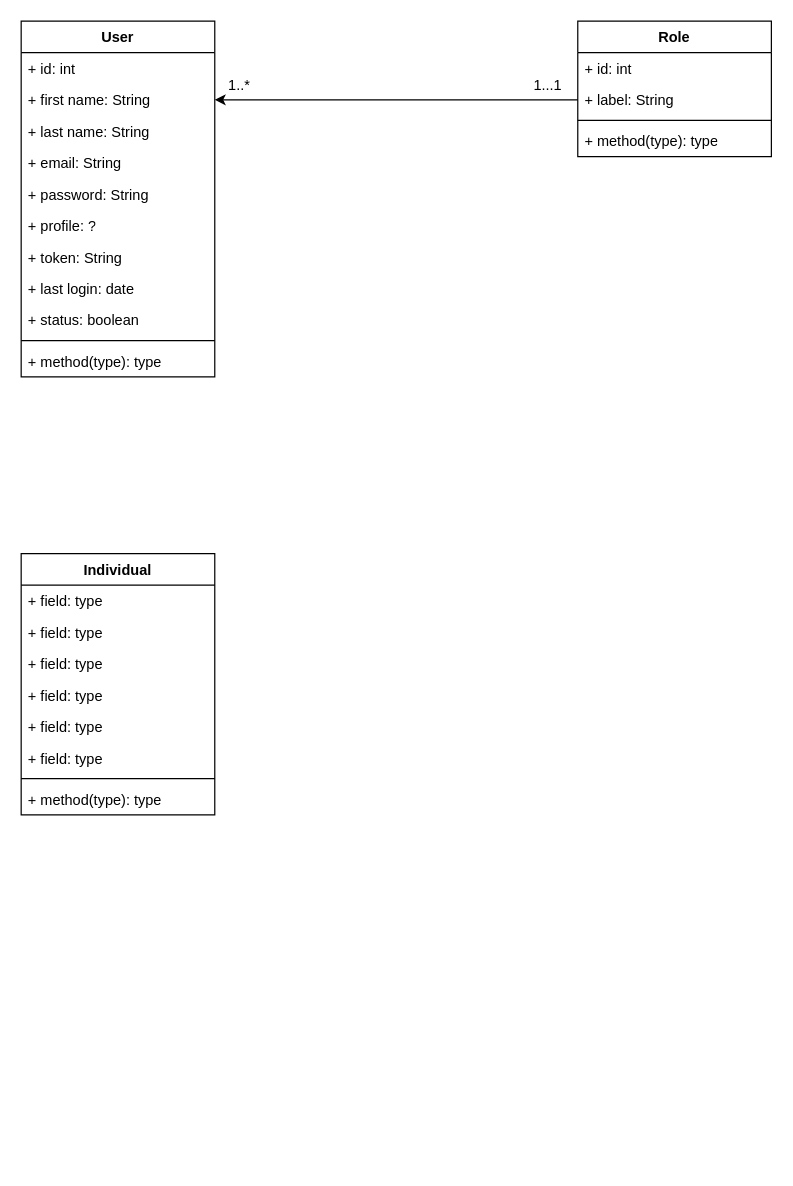
Before: NSKT.drawio in LeloKarma/website, a draw.io diagram. Source tidied: cells renumbered, new cells numbered last; positions are measured from the earlier drawing's top-left corner, leaving out a move shared by most shapes. Both pictures are drawn from the tidied source at 121%, with x=0, y=0 at pixel (21, 21).
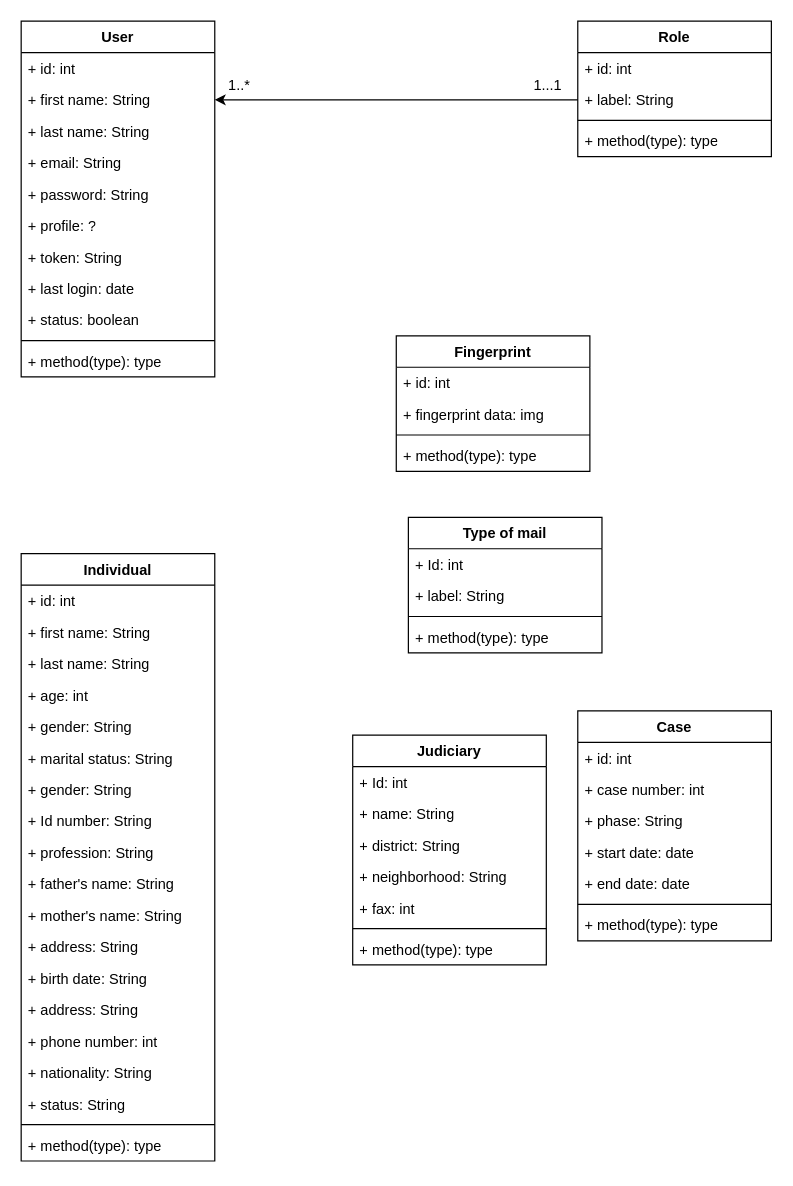
Above is the later version.

What changed in the source:
```diff
@@
     <mxCell id="19" value="Individual&lt;div&gt;&lt;br&gt;&lt;/div&gt;" style="swimlane;fontStyle=1;align=center;verticalAlign=top;horizontal=1;startSize=26;whiteSpace=wrap;html=1;" parent="1" vertex="1">
-      <mxGeometry y="440" width="160" height="216" as="geometry" />
+      <mxGeometry y="440" width="160" height="502" as="geometry" />
     </mxCell>
-    <mxCell id="20" value="+ field: type" style="text;strokeColor=none;fillColor=none;align=left;verticalAlign=top;spacingLeft=4;spacingRight=4;overflow=hidden;whiteSpace=wrap;html=1;" parent="19" vertex="1">
+    <mxCell id="20" value="+ id: int" style="text;strokeColor=none;fillColor=none;align=left;verticalAlign=top;spacingLeft=4;spacingRight=4;overflow=hidden;whiteSpace=wrap;html=1;" parent="19" vertex="1">
       <mxGeometry y="26" width="160" height="26" as="geometry" />
     </mxCell>
-    <mxCell id="21" value="+ field: type" style="text;strokeColor=none;fillColor=none;align=left;verticalAlign=top;spacingLeft=4;spacingRight=4;overflow=hidden;whiteSpace=wrap;html=1;" parent="19" vertex="1">
+    <mxCell id="21" value="+ first name: String" style="text;strokeColor=none;fillColor=none;align=left;verticalAlign=top;spacingLeft=4;spacingRight=4;overflow=hidden;whiteSpace=wrap;html=1;" parent="19" vertex="1">
       <mxGeometry y="52" width="160" height="26" as="geometry" />
     </mxCell>
-    <mxCell id="22" value="+ field: type" style="text;strokeColor=none;fillColor=none;align=left;verticalAlign=top;spacingLeft=4;spacingRight=4;overflow=hidden;whiteSpace=wrap;html=1;" parent="19" vertex="1">
+    <mxCell id="22" value="+ last name: String" style="text;strokeColor=none;fillColor=none;align=left;verticalAlign=top;spacingLeft=4;spacingRight=4;overflow=hidden;whiteSpace=wrap;html=1;" parent="19" vertex="1">
       <mxGeometry y="78" width="160" height="26" as="geometry" />
     </mxCell>
-    <mxCell id="23" value="+ field: type" style="text;strokeColor=none;fillColor=none;align=left;verticalAlign=top;spacingLeft=4;spacingRight=4;overflow=hidden;whiteSpace=wrap;html=1;" parent="19" vertex="1">
+    <mxCell id="23" value="+ age: int" style="text;strokeColor=none;fillColor=none;align=left;verticalAlign=top;spacingLeft=4;spacingRight=4;overflow=hidden;whiteSpace=wrap;html=1;" parent="19" vertex="1">
       <mxGeometry y="104" width="160" height="26" as="geometry" />
     </mxCell>
-    <mxCell id="24" value="+ field: type" style="text;strokeColor=none;fillColor=none;align=left;verticalAlign=top;spacingLeft=4;spacingRight=4;overflow=hidden;whiteSpace=wrap;html=1;" parent="19" vertex="1">
+    <mxCell id="24" value="+ gender: String" style="text;strokeColor=none;fillColor=none;align=left;verticalAlign=top;spacingLeft=4;spacingRight=4;overflow=hidden;whiteSpace=wrap;html=1;" parent="19" vertex="1">
       <mxGeometry y="130" width="160" height="26" as="geometry" />
     </mxCell>
-    <mxCell id="25" value="+ field: type" style="text;strokeColor=none;fillColor=none;align=left;verticalAlign=top;spacingLeft=4;spacingRight=4;overflow=hidden;whiteSpace=wrap;html=1;" parent="19" vertex="1">
+    <mxCell id="25" value="+ marital status: String" style="text;strokeColor=none;fillColor=none;align=left;verticalAlign=top;spacingLeft=4;spacingRight=4;overflow=hidden;whiteSpace=wrap;html=1;" parent="19" vertex="1">
       <mxGeometry y="156" width="160" height="26" as="geometry" />
     </mxCell>
+    <mxCell id="31" value="+ gender: String" style="text;strokeColor=none;fillColor=none;align=left;verticalAlign=top;spacingLeft=4;spacingRight=4;overflow=hidden;whiteSpace=wrap;html=1;" parent="19" vertex="1">
+      <mxGeometry y="182" width="160" height="26" as="geometry" />
+    </mxCell>
+    <mxCell id="32" value="+ Id number: String" style="text;strokeColor=none;fillColor=none;align=left;verticalAlign=top;spacingLeft=4;spacingRight=4;overflow=hidden;whiteSpace=wrap;html=1;" parent="19" vertex="1">
+      <mxGeometry y="208" width="160" height="26" as="geometry" />
+    </mxCell>
+    <mxCell id="33" value="+ profession: String" style="text;strokeColor=none;fillColor=none;align=left;verticalAlign=top;spacingLeft=4;spacingRight=4;overflow=hidden;whiteSpace=wrap;html=1;" parent="19" vertex="1">
+      <mxGeometry y="234" width="160" height="26" as="geometry" />
+    </mxCell>
+    <mxCell id="34" value="+ father's name: String" style="text;strokeColor=none;fillColor=none;align=left;verticalAlign=top;spacingLeft=4;spacingRight=4;overflow=hidden;whiteSpace=wrap;html=1;" parent="19" vertex="1">
+      <mxGeometry y="260" width="160" height="26" as="geometry" />
+    </mxCell>
+    <mxCell id="35" value="+ mother's name: String" style="text;strokeColor=none;fillColor=none;align=left;verticalAlign=top;spacingLeft=4;spacingRight=4;overflow=hidden;whiteSpace=wrap;html=1;" parent="19" vertex="1">
+      <mxGeometry y="286" width="160" height="26" as="geometry" />
+    </mxCell>
+    <mxCell id="36" value="+ address: String" style="text;strokeColor=none;fillColor=none;align=left;verticalAlign=top;spacingLeft=4;spacingRight=4;overflow=hidden;whiteSpace=wrap;html=1;" parent="19" vertex="1">
+      <mxGeometry y="312" width="160" height="26" as="geometry" />
+    </mxCell>
+    <mxCell id="37" value="+ birth date: String" style="text;strokeColor=none;fillColor=none;align=left;verticalAlign=top;spacingLeft=4;spacingRight=4;overflow=hidden;whiteSpace=wrap;html=1;" parent="19" vertex="1">
+      <mxGeometry y="338" width="160" height="26" as="geometry" />
+    </mxCell>
+    <mxCell id="38" value="+ address: String" style="text;strokeColor=none;fillColor=none;align=left;verticalAlign=top;spacingLeft=4;spacingRight=4;overflow=hidden;whiteSpace=wrap;html=1;" parent="19" vertex="1">
+      <mxGeometry y="364" width="160" height="26" as="geometry" />
+    </mxCell>
+    <mxCell id="39" value="+ phone number: int" style="text;strokeColor=none;fillColor=none;align=left;verticalAlign=top;spacingLeft=4;spacingRight=4;overflow=hidden;whiteSpace=wrap;html=1;" parent="19" vertex="1">
+      <mxGeometry y="390" width="160" height="26" as="geometry" />
+    </mxCell>
+    <mxCell id="40" value="+ nationality: String" style="text;strokeColor=none;fillColor=none;align=left;verticalAlign=top;spacingLeft=4;spacingRight=4;overflow=hidden;whiteSpace=wrap;html=1;" parent="19" vertex="1">
+      <mxGeometry y="416" width="160" height="26" as="geometry" />
+    </mxCell>
+    <mxCell id="41" value="+ status: String" style="text;strokeColor=none;fillColor=none;align=left;verticalAlign=top;spacingLeft=4;spacingRight=4;overflow=hidden;whiteSpace=wrap;html=1;" parent="19" vertex="1">
+      <mxGeometry y="442" width="160" height="26" as="geometry" />
+    </mxCell>
     <mxCell id="26" style="line;strokeWidth=1;fillColor=none;align=left;verticalAlign=middle;spacingTop=-1;spacingLeft=3;spacingRight=3;labelPosition=right;strokeColor=inherit;" parent="19" vertex="1">
-      <mxGeometry y="182" width="160" height="8" as="geometry" />
+      <mxGeometry y="468" width="160" height="8" as="geometry" />
     </mxCell>
     <mxCell id="27" value="+ method(type): type" style="text;strokeColor=none;fillColor=none;align=left;verticalAlign=top;spacingLeft=4;spacingRight=4;overflow=hidden;whiteSpace=wrap;html=1;" parent="19" vertex="1">
-      <mxGeometry y="190" width="160" height="26" as="geometry" />
+      <mxGeometry y="476" width="160" height="26" as="geometry" />
     </mxCell>
@@
+    <mxCell id="42" value="Fingerprint" style="swimlane;fontStyle=1;align=center;verticalAlign=top;horizontal=1;startSize=26;whiteSpace=wrap;html=1;" parent="1" vertex="1">
+      <mxGeometry x="310" y="260" width="160" height="112" as="geometry" />
+    </mxCell>
+    <mxCell id="43" value="+ id: int" style="text;strokeColor=none;fillColor=none;align=left;verticalAlign=top;spacingLeft=4;spacingRight=4;overflow=hidden;whiteSpace=wrap;html=1;" parent="42" vertex="1">
+      <mxGeometry y="26" width="160" height="26" as="geometry" />
+    </mxCell>
+    <mxCell id="44" value="+ fingerprint data: img&amp;nbsp;" style="text;strokeColor=none;fillColor=none;align=left;verticalAlign=top;spacingLeft=4;spacingRight=4;overflow=hidden;whiteSpace=wrap;html=1;" parent="42" vertex="1">
+      <mxGeometry y="52" width="160" height="26" as="geometry" />
+    </mxCell>
+    <mxCell id="45" style="line;strokeWidth=1;fillColor=none;align=left;verticalAlign=middle;spacingTop=-1;spacingLeft=3;spacingRight=3;labelPosition=right;strokeColor=inherit;" parent="42" vertex="1">
+      <mxGeometry y="78" width="160" height="8" as="geometry" />
+    </mxCell>
+    <mxCell id="46" value="+ method(type): type" style="text;strokeColor=none;fillColor=none;align=left;verticalAlign=top;spacingLeft=4;spacingRight=4;overflow=hidden;whiteSpace=wrap;html=1;" parent="42" vertex="1">
+      <mxGeometry y="86" width="160" height="26" as="geometry" />
+    </mxCell>
+    <mxCell id="47" value="Type of mail" style="swimlane;fontStyle=1;align=center;verticalAlign=top;horizontal=1;startSize=26;whiteSpace=wrap;html=1;" parent="1" vertex="1">
+      <mxGeometry x="320" y="410" width="160" height="112" as="geometry" />
+    </mxCell>
+    <mxCell id="48" value="+ Id: int" style="text;strokeColor=none;fillColor=none;align=left;verticalAlign=top;spacingLeft=4;spacingRight=4;overflow=hidden;whiteSpace=wrap;html=1;" parent="47" vertex="1">
+      <mxGeometry y="26" width="160" height="26" as="geometry" />
+    </mxCell>
+    <mxCell id="49" value="+ label: String" style="text;strokeColor=none;fillColor=none;align=left;verticalAlign=top;spacingLeft=4;spacingRight=4;overflow=hidden;whiteSpace=wrap;html=1;" parent="47" vertex="1">
+      <mxGeometry y="52" width="160" height="26" as="geometry" />
+    </mxCell>
+    <mxCell id="50" style="line;strokeWidth=1;fillColor=none;align=left;verticalAlign=middle;spacingTop=-1;spacingLeft=3;spacingRight=3;labelPosition=right;strokeColor=inherit;" parent="47" vertex="1">
+      <mxGeometry y="78" width="160" height="8" as="geometry" />
+    </mxCell>
+    <mxCell id="51" value="+ method(type): type" style="text;strokeColor=none;fillColor=none;align=left;verticalAlign=top;spacingLeft=4;spacingRight=4;overflow=hidden;whiteSpace=wrap;html=1;" parent="47" vertex="1">
+      <mxGeometry y="86" width="160" height="26" as="geometry" />
+    </mxCell>
+    <mxCell id="52" value="Judiciary" style="swimlane;fontStyle=1;align=center;verticalAlign=top;horizontal=1;startSize=26;whiteSpace=wrap;html=1;" parent="1" vertex="1">
+      <mxGeometry x="274" y="590" width="160" height="190" as="geometry" />
+    </mxCell>
+    <mxCell id="53" value="+ Id: int" style="text;strokeColor=none;fillColor=none;align=left;verticalAlign=top;spacingLeft=4;spacingRight=4;overflow=hidden;whiteSpace=wrap;html=1;" parent="52" vertex="1">
+      <mxGeometry y="26" width="160" height="26" as="geometry" />
+    </mxCell>
+    <mxCell id="54" value="+ name: String" style="text;strokeColor=none;fillColor=none;align=left;verticalAlign=top;spacingLeft=4;spacingRight=4;overflow=hidden;whiteSpace=wrap;html=1;" parent="52" vertex="1">
+      <mxGeometry y="52" width="160" height="26" as="geometry" />
+    </mxCell>
+    <mxCell id="55" value="+ district: String" style="text;strokeColor=none;fillColor=none;align=left;verticalAlign=top;spacingLeft=4;spacingRight=4;overflow=hidden;whiteSpace=wrap;html=1;" parent="52" vertex="1">
+      <mxGeometry y="78" width="160" height="26" as="geometry" />
+    </mxCell>
+    <mxCell id="56" value="+ neighborhood: String" style="text;strokeColor=none;fillColor=none;align=left;verticalAlign=top;spacingLeft=4;spacingRight=4;overflow=hidden;whiteSpace=wrap;html=1;" parent="52" vertex="1">
+      <mxGeometry y="104" width="160" height="26" as="geometry" />
+    </mxCell>
+    <mxCell id="57" value="+ fax: int" style="text;strokeColor=none;fillColor=none;align=left;verticalAlign=top;spacingLeft=4;spacingRight=4;overflow=hidden;whiteSpace=wrap;html=1;" parent="52" vertex="1">
+      <mxGeometry y="130" width="160" height="26" as="geometry" />
+    </mxCell>
+    <mxCell id="58" style="line;strokeWidth=1;fillColor=none;align=left;verticalAlign=middle;spacingTop=-1;spacingLeft=3;spacingRight=3;labelPosition=right;strokeColor=inherit;" parent="52" vertex="1">
+      <mxGeometry y="156" width="160" height="8" as="geometry" />
+    </mxCell>
+    <mxCell id="59" value="+ method(type): type" style="text;strokeColor=none;fillColor=none;align=left;verticalAlign=top;spacingLeft=4;spacingRight=4;overflow=hidden;whiteSpace=wrap;html=1;" parent="52" vertex="1">
+      <mxGeometry y="164" width="160" height="26" as="geometry" />
+    </mxCell>
+    <mxCell id="60" value="Case" style="swimlane;fontStyle=1;align=center;verticalAlign=top;horizontal=1;startSize=26;whiteSpace=wrap;html=1;" parent="1" vertex="1">
+      <mxGeometry x="460" y="570" width="160" height="190" as="geometry" />
+    </mxCell>
+    <mxCell id="61" value="+ id: int" style="text;strokeColor=none;fillColor=none;align=left;verticalAlign=top;spacingLeft=4;spacingRight=4;overflow=hidden;whiteSpace=wrap;html=1;" parent="60" vertex="1">
+      <mxGeometry y="26" width="160" height="26" as="geometry" />
+    </mxCell>
+    <mxCell id="62" value="+ case number: int" style="text;strokeColor=none;fillColor=none;align=left;verticalAlign=top;spacingLeft=4;spacingRight=4;overflow=hidden;whiteSpace=wrap;html=1;" parent="60" vertex="1">
+      <mxGeometry y="52" width="160" height="26" as="geometry" />
+    </mxCell>
+    <mxCell id="63" value="+ phase: String" style="text;strokeColor=none;fillColor=none;align=left;verticalAlign=top;spacingLeft=4;spacingRight=4;overflow=hidden;whiteSpace=wrap;html=1;" parent="60" vertex="1">
+      <mxGeometry y="78" width="160" height="26" as="geometry" />
+    </mxCell>
+    <mxCell id="64" value="+ start date: date" style="text;strokeColor=none;fillColor=none;align=left;verticalAlign=top;spacingLeft=4;spacingRight=4;overflow=hidden;whiteSpace=wrap;html=1;" parent="60" vertex="1">
+      <mxGeometry y="104" width="160" height="26" as="geometry" />
+    </mxCell>
+    <mxCell id="65" value="+ end date: date" style="text;strokeColor=none;fillColor=none;align=left;verticalAlign=top;spacingLeft=4;spacingRight=4;overflow=hidden;whiteSpace=wrap;html=1;" parent="60" vertex="1">
+      <mxGeometry y="130" width="160" height="26" as="geometry" />
+    </mxCell>
+    <mxCell id="66" style="line;strokeWidth=1;fillColor=none;align=left;verticalAlign=middle;spacingTop=-1;spacingLeft=3;spacingRight=3;labelPosition=right;strokeColor=inherit;" parent="60" vertex="1">
+      <mxGeometry y="156" width="160" height="8" as="geometry" />
+    </mxCell>
+    <mxCell id="67" value="+ method(type): type" style="text;strokeColor=none;fillColor=none;align=left;verticalAlign=top;spacingLeft=4;spacingRight=4;overflow=hidden;whiteSpace=wrap;html=1;" parent="60" vertex="1">
+      <mxGeometry y="164" width="160" height="26" as="geometry" />
+    </mxCell>
```
